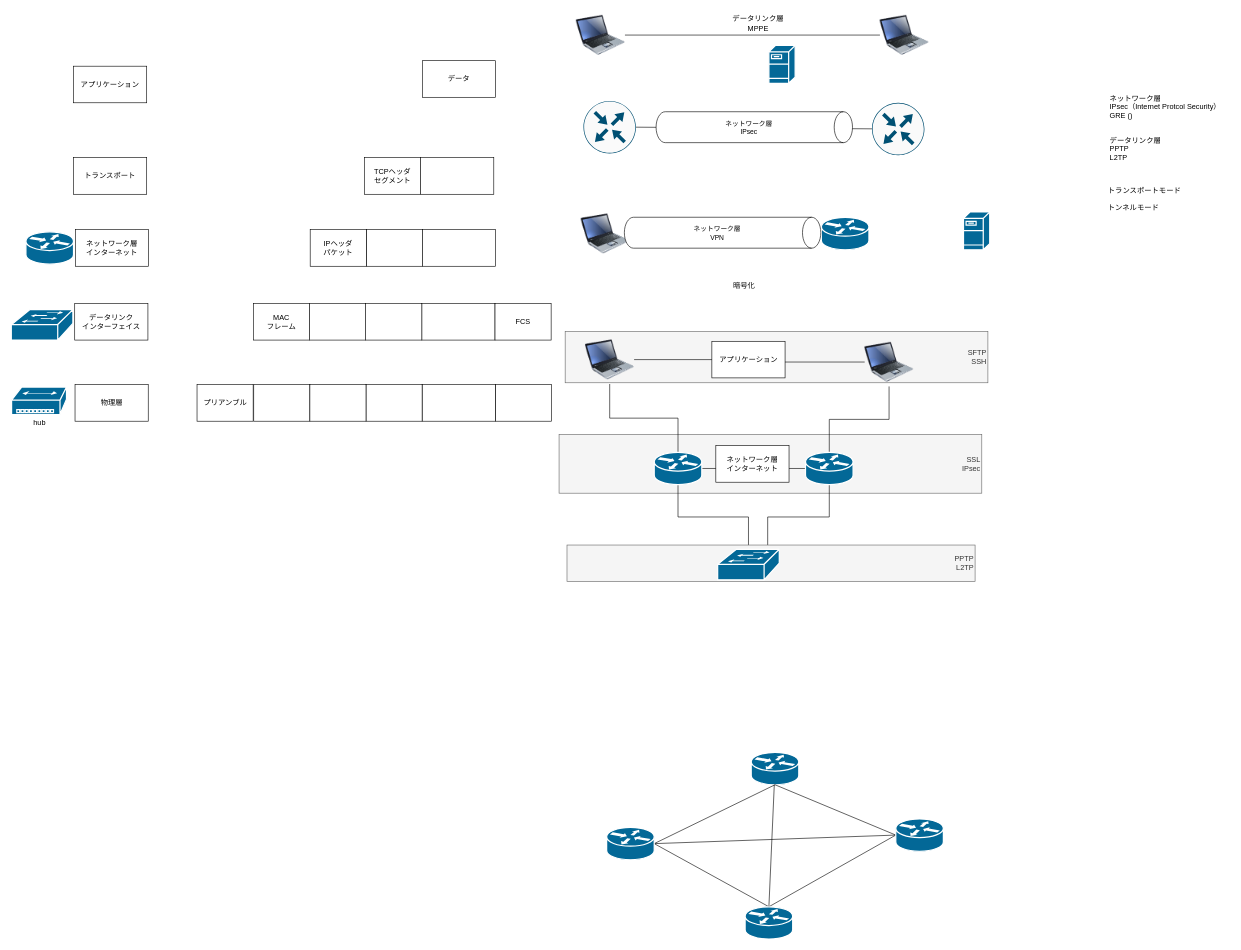
kyforprogram/ccna keeps this draw.io diagram as IPsec_GRE.drawio. Above is the earlier version. Source tidied: cells renumbered, new cells numbered last; positions are measured from the earlier drawing's top-left corner, leaving out a move shared by most shapes. Both pictures are drawn from the tidied source at 61%, with x=0, y=0 at pixel (11, 10).
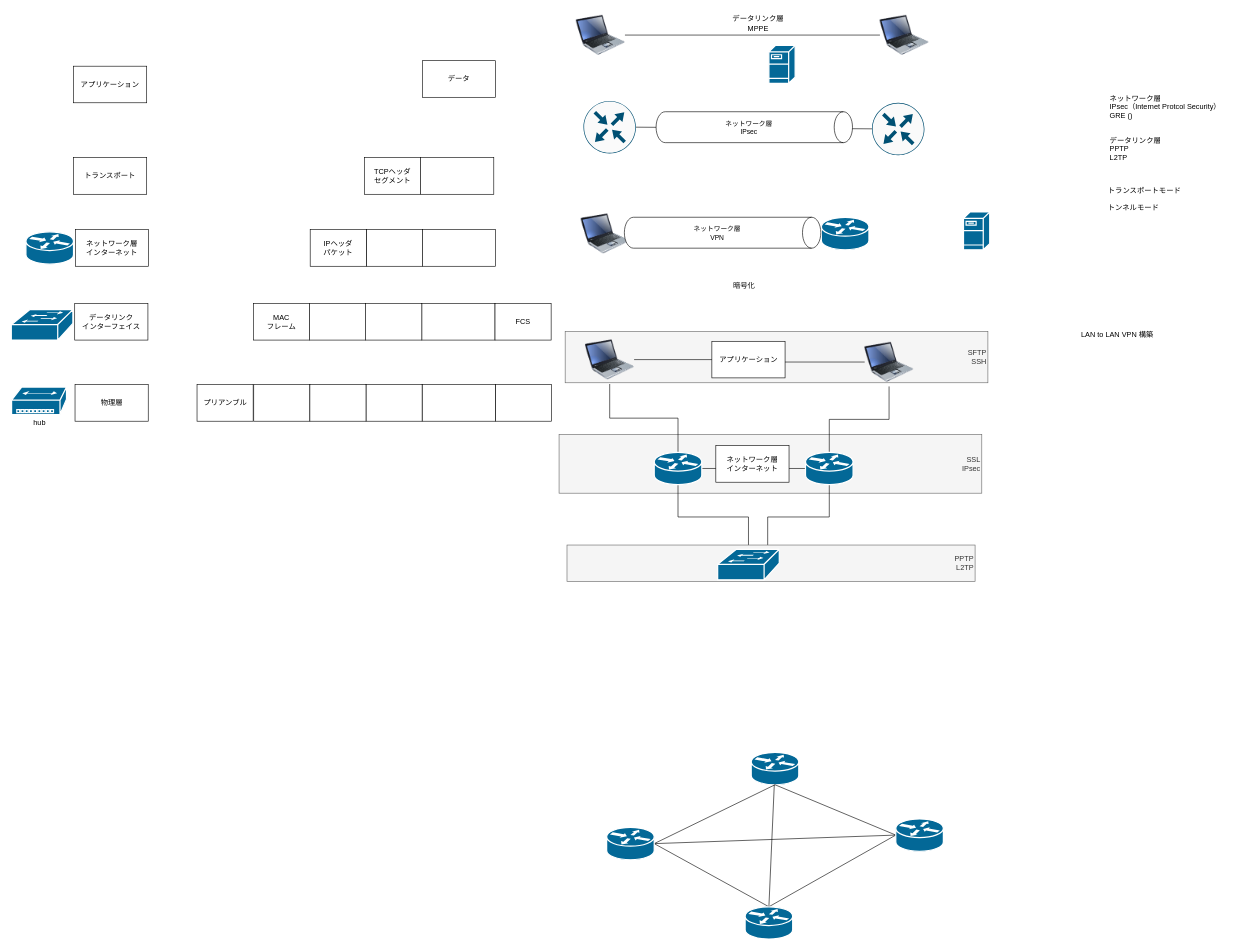
The same page after the edit.

Commit message:
IPsec_GRE.drawio を更新します

Diff of the diagram source:
```diff
@@
+    <mxCell id="74" value="LAN to LAN VPN 構築" style="text;html=1;align=center;verticalAlign=middle;strokeColor=none;fillColor=none;" parent="1" vertex="1">
+      <mxGeometry x="1744" y="519" width="137" height="26" as="geometry" />
+    </mxCell>
```
